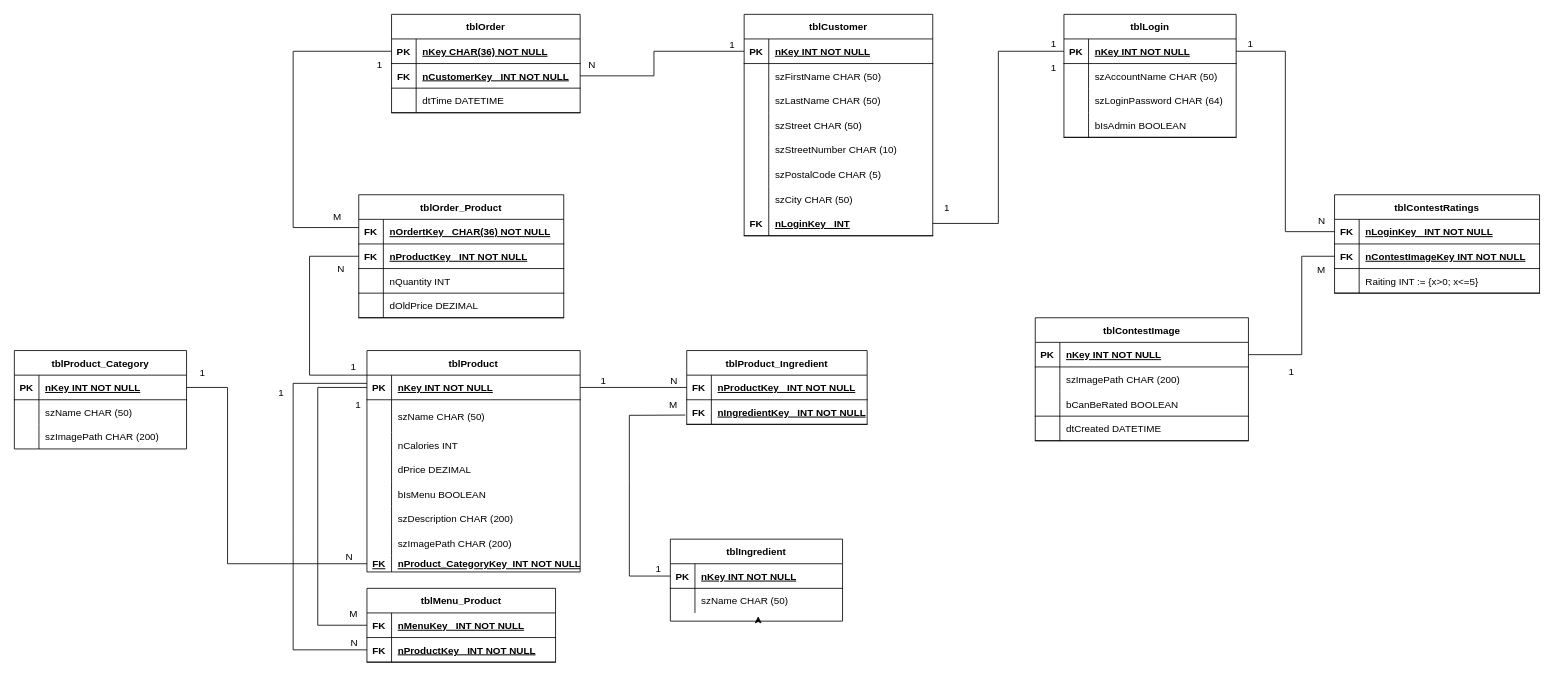
Earlier version of the draw.io diagram SQL Diagram.drawio (Tom-Koehler-IF/IF12_Project). Source tidied: cells renumbered, new cells numbered last; positions are measured from the earlier drawing's top-left corner, leaving out a move shared by most shapes. Both pictures are drawn from the tidied source at 82%, with x=0, y=0 at pixel (14, 14).
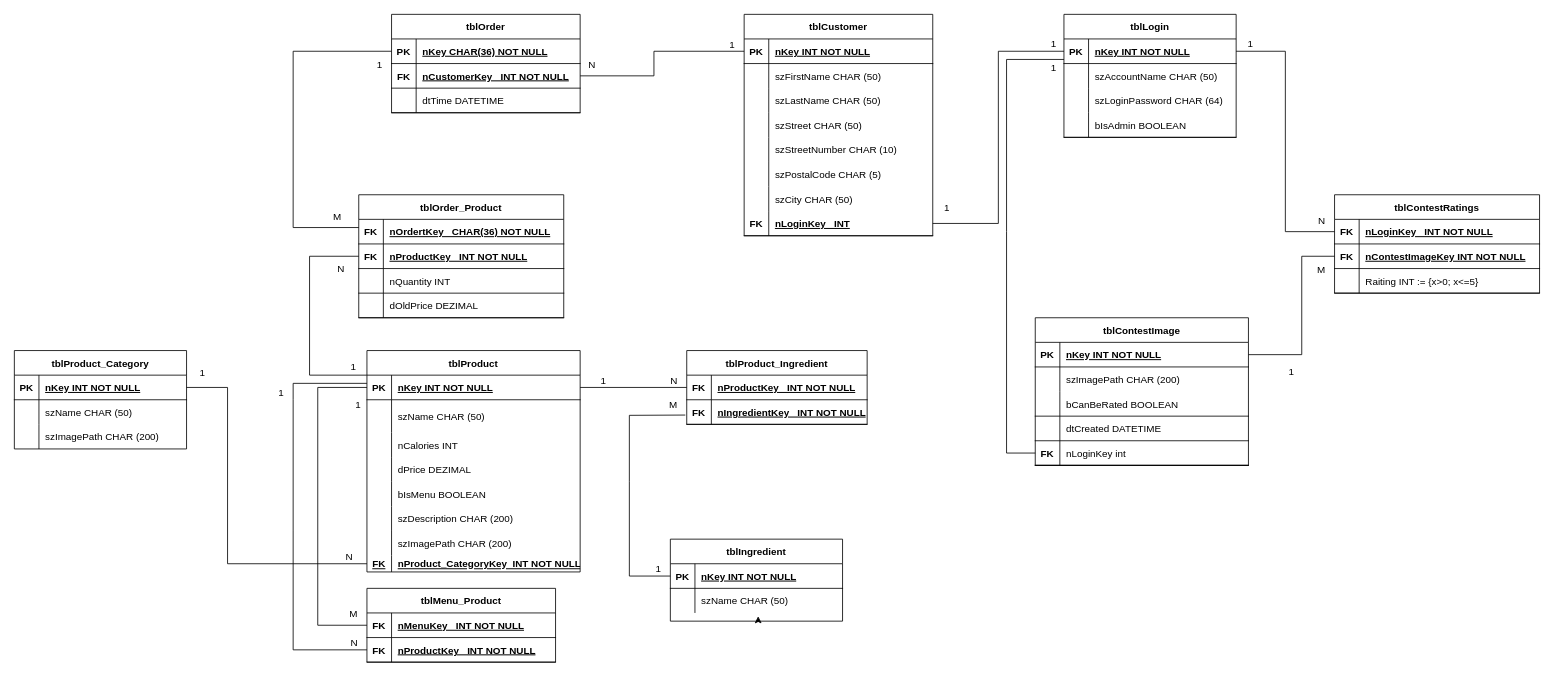
Above is the later version.

Diff of the diagram source:
```diff
@@
     <mxCell id="115" value="tblContestImage" style="shape=table;startSize=30;childLayout=tableLayout;rowLines=0;fontStyle=1;align=center;" parent="1" vertex="1">
-      <mxGeometry x="1245" y="370" width="260" height="150" as="geometry" />
+      <mxGeometry x="1245" y="370" width="260" height="180" as="geometry" />
     </mxCell>
@@
+    <mxCell id="179" style="shape=partialRectangle;fillColor=none;top=0;left=0;right=0;bottom=1;" parent="115" vertex="1">
+      <mxGeometry y="150" width="260" height="30" as="geometry" />
+    </mxCell>
+    <mxCell id="180" style="shape=partialRectangle;overflow=hidden;fillColor=none;top=0;left=0;bottom=0;right=0;fontStyle=1;" parent="179" vertex="1">
+      <mxGeometry width="30" height="30" as="geometry" />
+    </mxCell>
+    <mxCell id="181" value="nLoginKey int" style="shape=partialRectangle;overflow=hidden;fillColor=none;top=0;left=0;bottom=0;right=0;align=left;spacingLeft=6;fontStyle=0;" parent="179" vertex="1">
+      <mxGeometry x="30" width="230" height="30" as="geometry" />
+    </mxCell>
@@
+    <mxCell id="182" style="endArrow=none;html=1;rounded=0;exitX=0;exitY=0.5;exitDx=0;exitDy=0;" parent="1" edge="1" source="183">
+      <mxGeometry relative="1" as="geometry">
+        <mxPoint x="1280" y="55" as="targetPoint" />
+        <Array as="points">
+          <mxPoint x="1210" y="535" />
+          <mxPoint x="1210" y="265" />
+          <mxPoint x="1210" y="55" />
+        </Array>
+      </mxGeometry>
+    </mxCell>
+    <mxCell id="183" style="shape=partialRectangle;fillColor=none;points=[[0,0.5],[1,0.5]];portConstraint=eastwest;top=0;left=0;right=0;bottom=1;" parent="1" vertex="1">
+      <mxGeometry x="1245" y="520" width="260" height="30" as="geometry" />
+    </mxCell>
+    <mxCell id="184" value="FK" style="shape=partialRectangle;overflow=hidden;fillColor=none;top=0;left=0;bottom=0;right=0;fontStyle=1;" parent="183" vertex="1">
+      <mxGeometry width="30" height="30" as="geometry" />
+    </mxCell>
```
